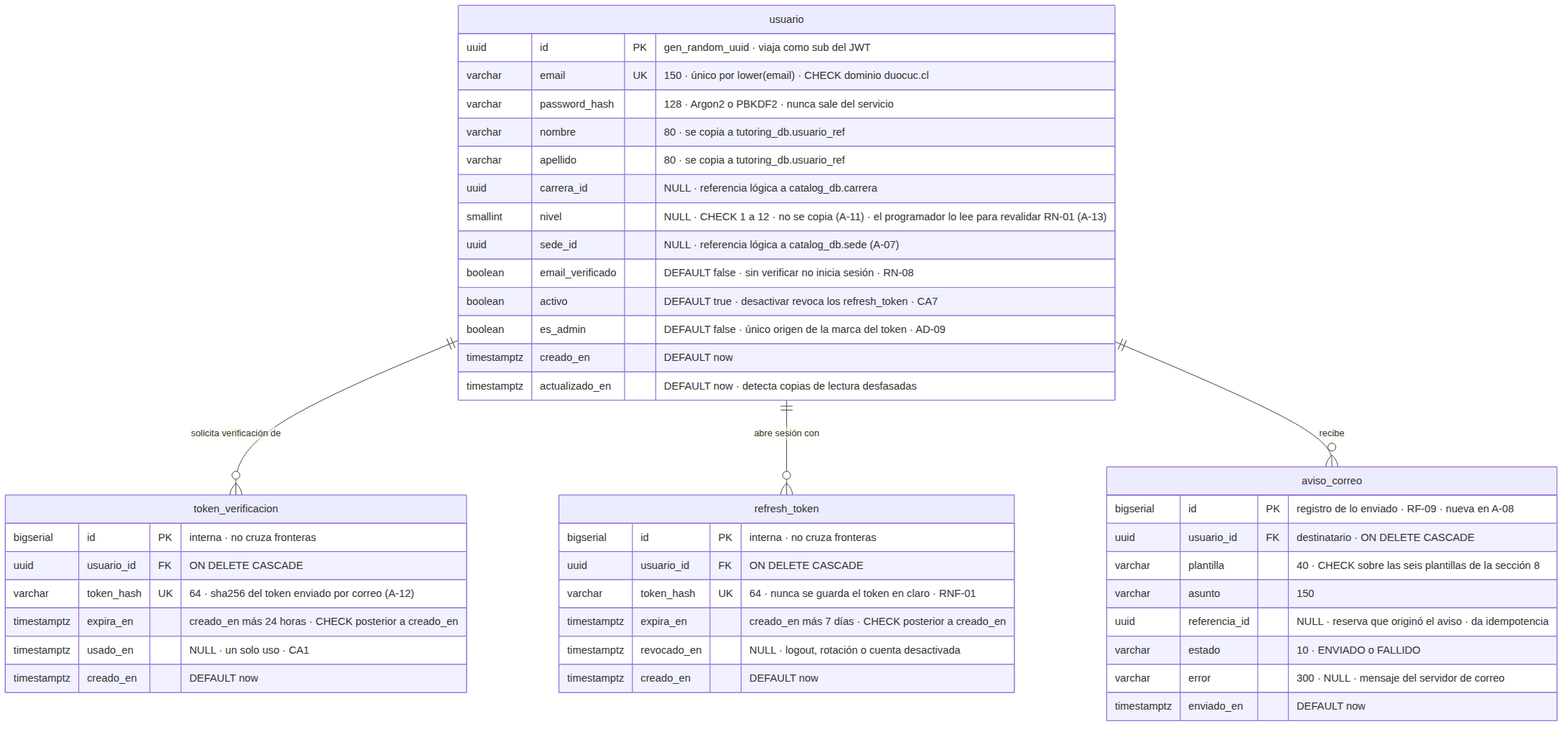
The Mermaid diagram docs/diagramas/01_identity_db.png in Bacchi701/Plataforma-web-tutorias, before a commit. Its source is kept beside it as docs/diagramas/01_identity_db.mmd.
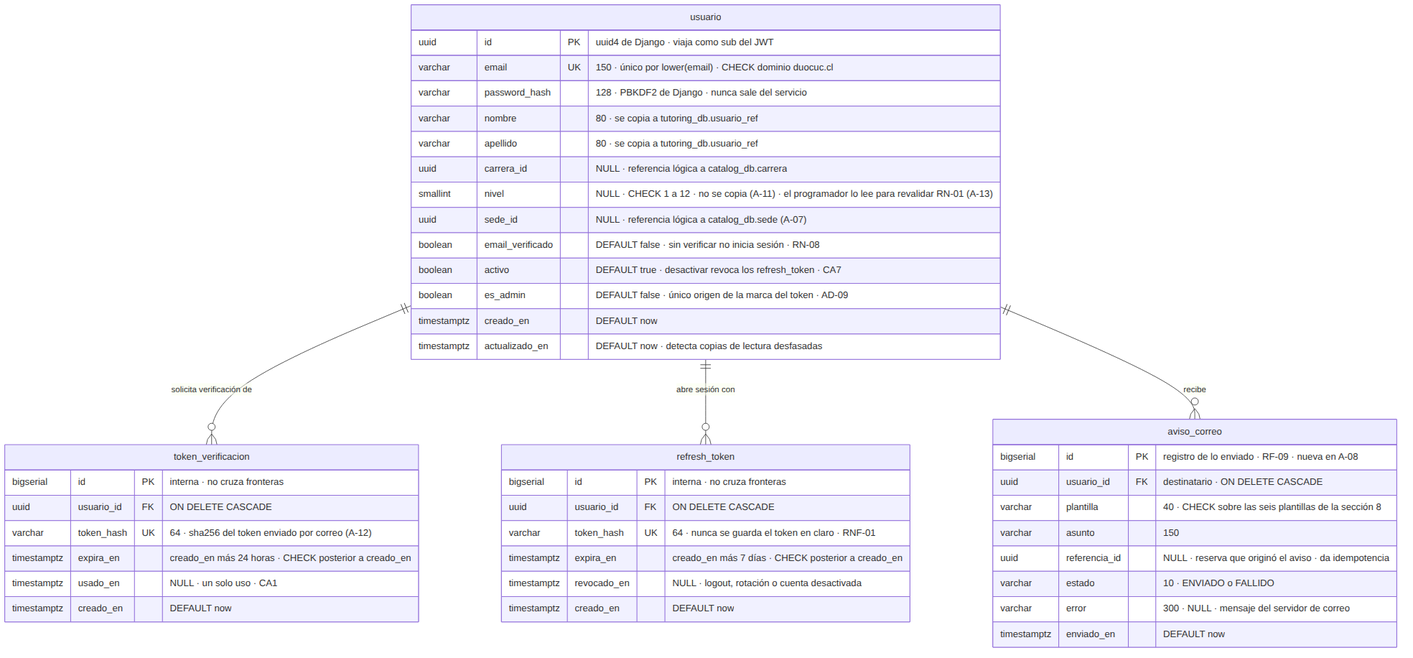
The same diagram one commit later.

Change to the diagram source:
```diff
@@ -1,8 +1,8 @@
 erDiagram
     usuario {
-        uuid id PK "gen_random_uuid · viaja como sub del JWT"
+        uuid id PK "uuid4 de Django · viaja como sub del JWT"
         varchar email UK "150 · único por lower(email) · CHECK dominio duocuc.cl"
-        varchar password_hash "128 · Argon2 o PBKDF2 · nunca sale del servicio"
+        varchar password_hash "128 · PBKDF2 de Django · nunca sale del servicio"
         varchar nombre "80 · se copia a tutoring_db.usuario_ref"
         varchar apellido "80 · se copia a tutoring_db.usuario_ref"
         uuid carrera_id "NULL · referencia lógica a catalog_db.carrera"
```
